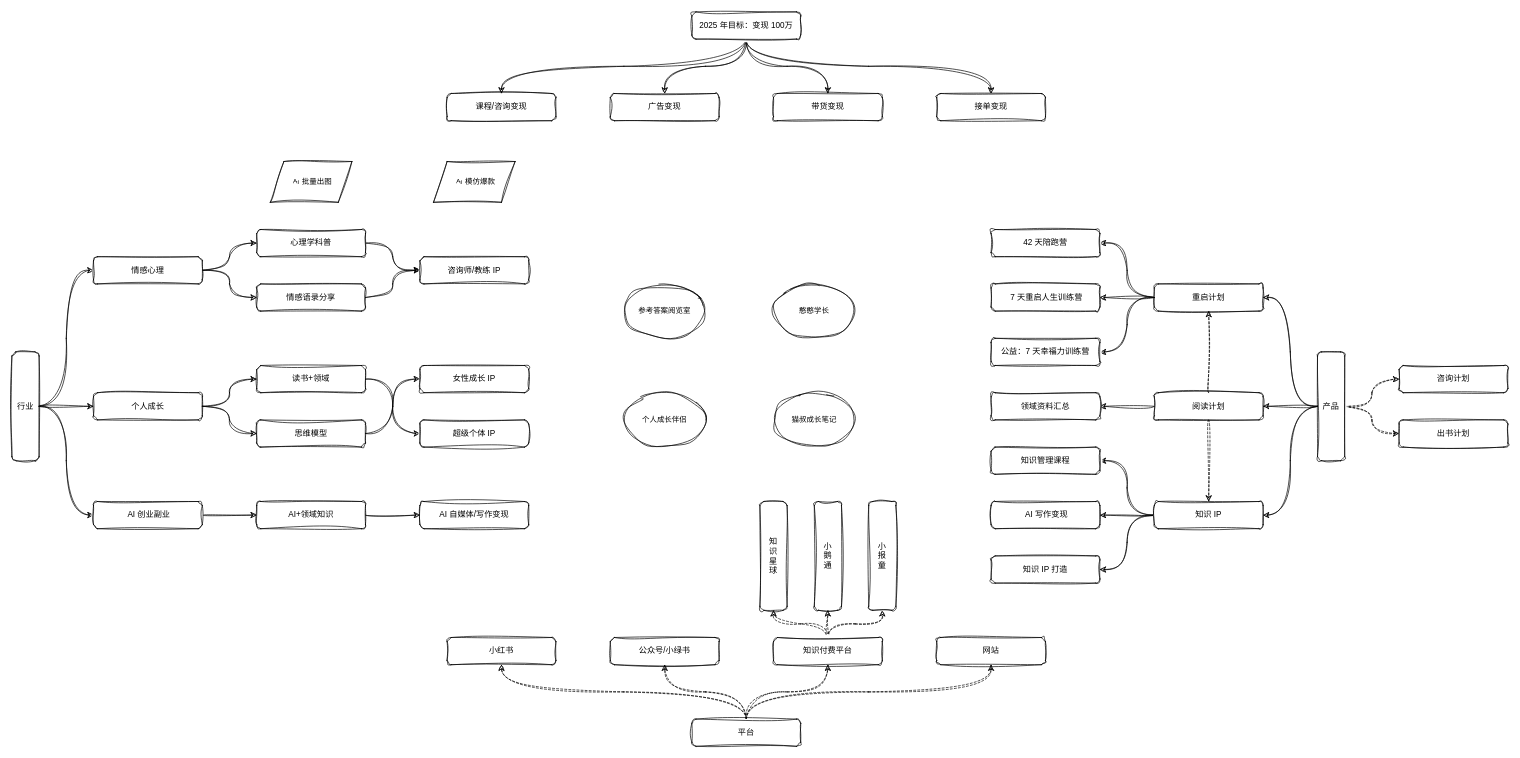
The draw.io diagram 2025 年目标管理.drawio in youyusan/life_system, before the edit. Source tidied: cells renumbered, new cells numbered last; positions are measured from the earlier drawing's top-left corner, leaving out a move shared by most shapes. Both pictures are drawn from the tidied source at 68%, with x=0, y=0 at pixel (12, 12).
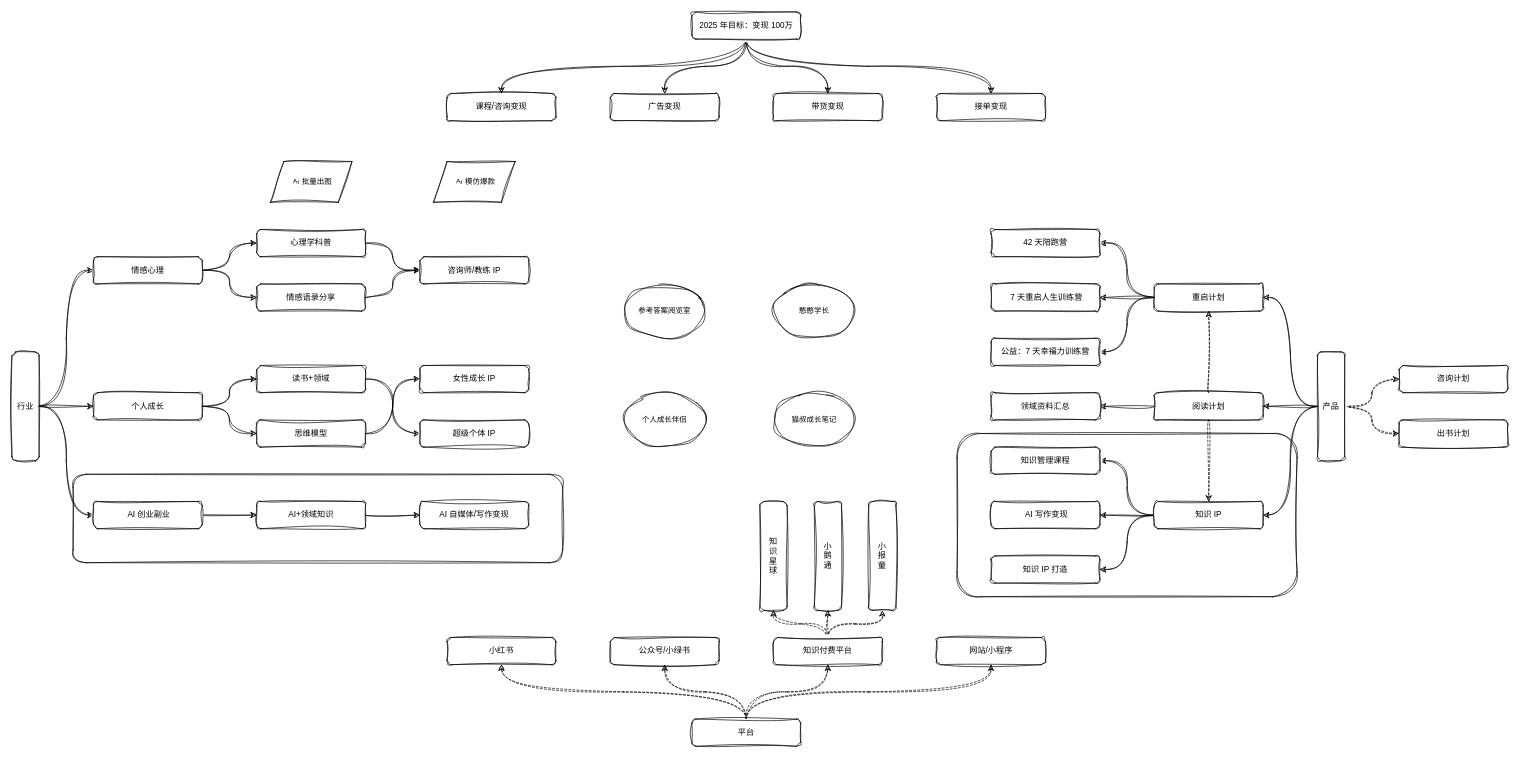
The same page after the edit.

Commit message:
更新2025 年目标管理.drawio

What changed in the source:
```diff
@@
+    <mxCell id="85" style="rounded=1;whiteSpace=wrap;html=1;sketch=1;hachureGap=4;jiggle=2;curveFitting=1;fontFamily=Architects Daughter;" parent="1" vertex="1">
+      <mxGeometry x="90" y="680" width="720" height="130" as="geometry" />
+    </mxCell>
+    <mxCell id="86" style="rounded=1;whiteSpace=wrap;html=1;sketch=1;hachureGap=4;jiggle=2;curveFitting=1;fontFamily=Architects Daughter;" parent="1" vertex="1">
+      <mxGeometry x="1390" y="620" width="500" height="240" as="geometry" />
+    </mxCell>
@@
-    <mxCell id="73" value="网站" style="rounded=1;whiteSpace=wrap;html=1;sketch=1;curveFitting=1;jiggle=2;" parent="1" vertex="1">
+    <mxCell id="73" value="网站/小程序" style="rounded=1;whiteSpace=wrap;html=1;sketch=1;curveFitting=1;jiggle=2;" parent="1" vertex="1">
       <mxGeometry x="1360" y="920" width="160" height="40" as="geometry" />
     </mxCell>
```
